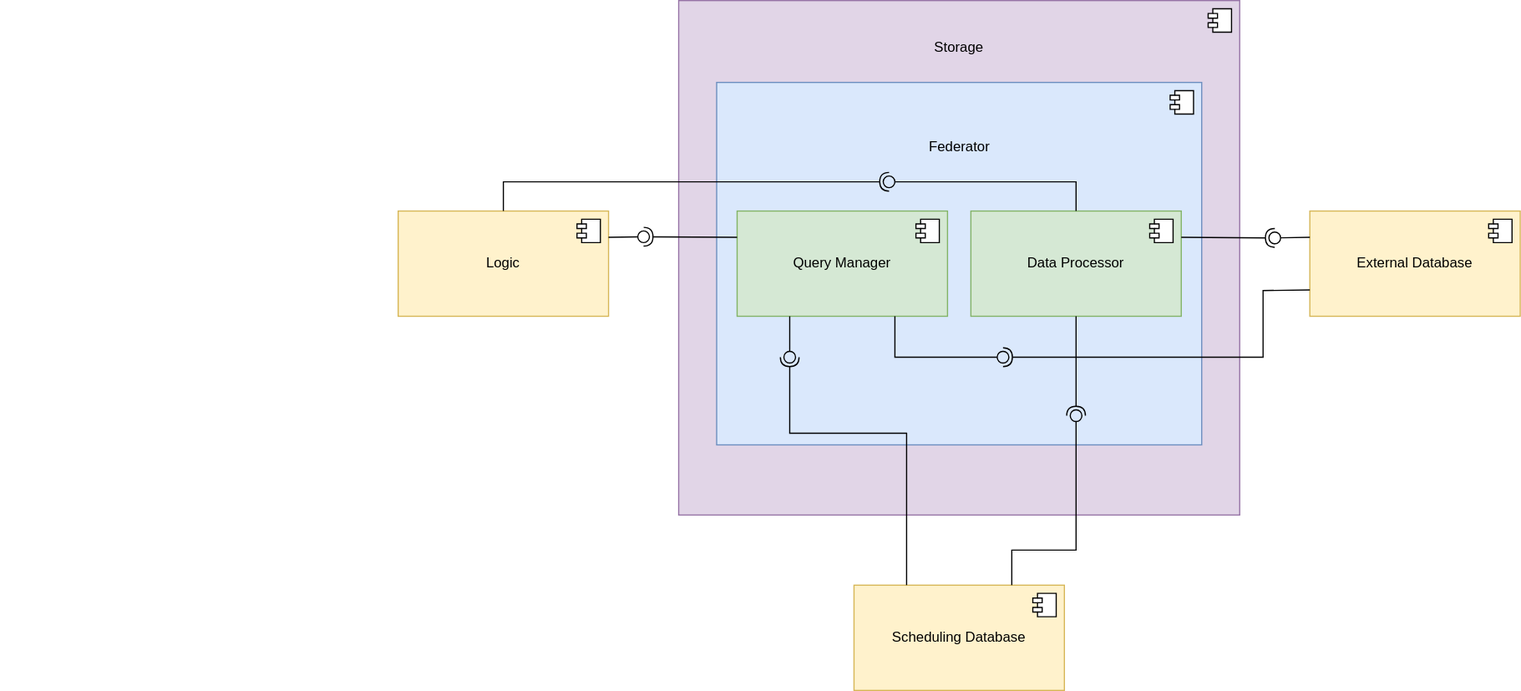
The draw.io diagram Storage/TeamOneFiles/Federator Diagram.svg in MckennahPalmer/CSE430, before a commit. Source tidied: cells renumbered, new cells last; positions are measured from the earlier drawing's top-left corner, leaving out a move shared by most shapes.
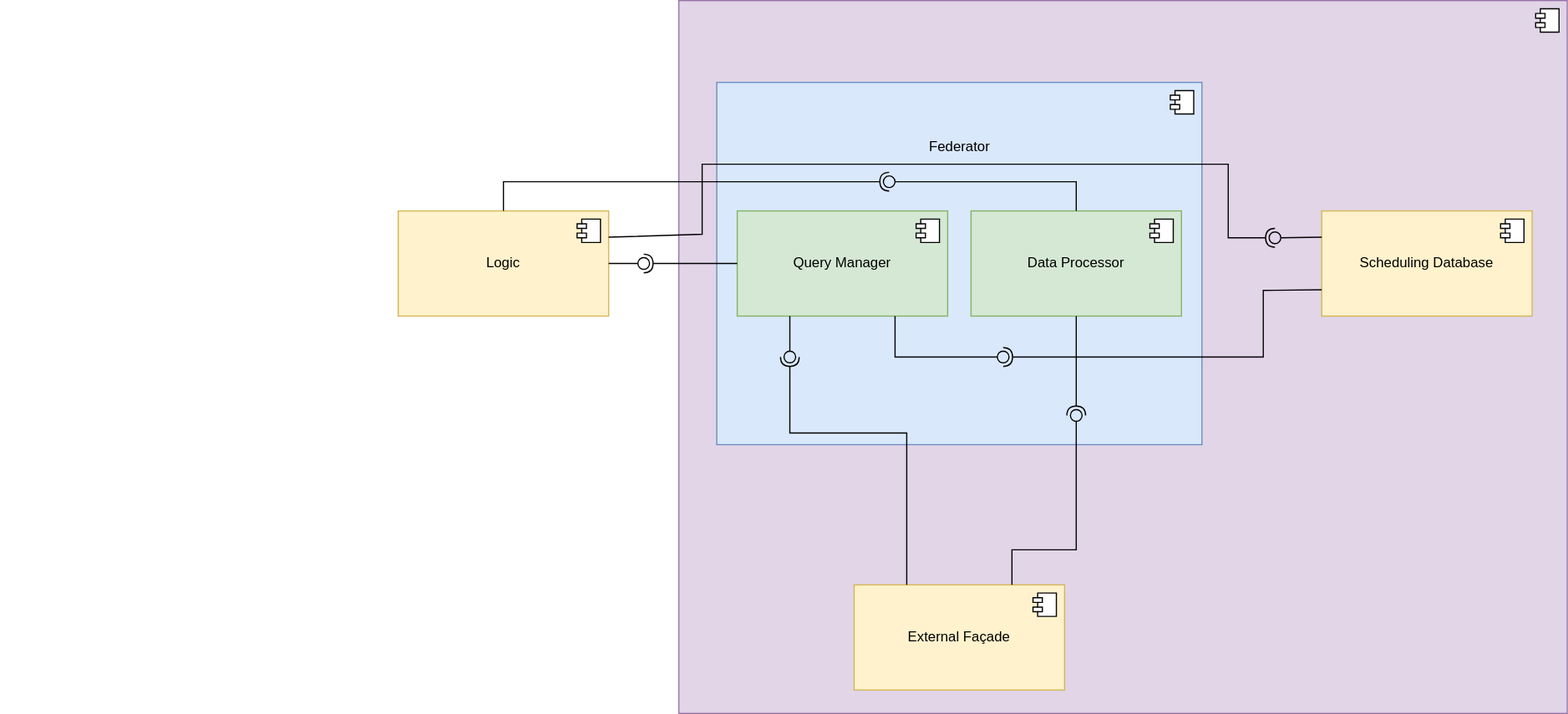
After the commit.

The edit, as a diff of the source:
```diff
@@ -3,7 +3,7 @@
     <mxCell id="0" />
     <mxCell id="1" parent="0" />
     <mxCell id="2" value="Storage&lt;br&gt;&lt;br&gt;&lt;br&gt;&lt;br&gt;&lt;br&gt;&lt;br&gt;&lt;br&gt;&lt;br&gt;&lt;br&gt;&lt;br&gt;&lt;br&gt;&lt;br&gt;&lt;br&gt;&lt;br&gt;&lt;br&gt;&lt;br&gt;&lt;br&gt;&lt;br&gt;&lt;br&gt;&lt;br&gt;&lt;br&gt;&lt;br&gt;&lt;br&gt;&lt;br&gt;&lt;br&gt;&lt;br&gt;" style="html=1;whiteSpace=wrap;fillColor=#e1d5e7;strokeColor=#9673a6;" parent="1" vertex="1">
-      <mxGeometry x="580" width="480" height="440" as="geometry" />
+      <mxGeometry x="580" width="760" height="610" as="geometry" />
     </mxCell>
     <mxCell id="3" style="shape=module;jettyWidth=8;jettyHeight=4;" parent="2" vertex="1">
       <mxGeometry x="1" width="20" height="20" relative="1" as="geometry">
@@ -21,8 +21,8 @@
     <mxCell id="6" style="ellipse;whiteSpace=wrap;html=1;align=center;fillColor=none;strokeColor=none;perimeter=centerPerimeter;" parent="1" vertex="1">
       <mxGeometry y="220" width="10" height="10" as="geometry" />
     </mxCell>
-    <mxCell id="7" value="External Database" style="html=1;whiteSpace=wrap;fillColor=#fff2cc;strokeColor=#d6b656;" parent="1" vertex="1">
-      <mxGeometry x="1120" y="180" width="180" height="90" as="geometry" />
+    <mxCell id="7" value="External&amp;nbsp;Façade&lt;div&gt;&lt;br/&gt;&lt;/div&gt;" style="html=1;whiteSpace=wrap;fillColor=#fff2cc;strokeColor=#d6b656;spacingTop=14;" parent="1" vertex="1">
+      <mxGeometry x="730" y="500" width="180" height="90" as="geometry" />
     </mxCell>
     <mxCell id="8" style="shape=module;jettyWidth=8;jettyHeight=4;" parent="7" vertex="1">
       <mxGeometry x="1" width="20" height="20" relative="1" as="geometry">
@@ -30,7 +30,7 @@
       </mxGeometry>
     </mxCell>
     <mxCell id="9" value="Scheduling Database" style="html=1;whiteSpace=wrap;fillColor=#fff2cc;strokeColor=#d6b656;" parent="1" vertex="1">
-      <mxGeometry x="730" y="500" width="180" height="90" as="geometry" />
+      <mxGeometry x="1130" y="180" width="180" height="90" as="geometry" />
     </mxCell>
     <mxCell id="10" style="shape=module;jettyWidth=8;jettyHeight=4;" parent="9" vertex="1">
       <mxGeometry x="1" width="20" height="20" relative="1" as="geometry">
@@ -70,14 +70,14 @@
         <mxPoint x="-27" y="7" as="offset" />
       </mxGeometry>
     </mxCell>
-    <mxCell id="20" style="rounded=0;jettySize=auto;html=1;endArrow=halfCircle;endFill=0;endSize=6;strokeWidth=1;sketch=0;exitX=0;exitY=0.25;exitDx=0;exitDy=0;" parent="1" edge="1" source="13" target="22">
+    <mxCell id="20" style="rounded=0;jettySize=auto;html=1;endArrow=halfCircle;endFill=0;endSize=6;strokeWidth=1;sketch=0;exitX=0;exitY=0.5;exitDx=0;exitDy=0;" parent="1" edge="1" source="13" target="22">
       <mxGeometry relative="1" as="geometry" />
     </mxCell>
-    <mxCell id="21" style="rounded=0;jettySize=auto;html=1;endArrow=oval;endFill=0;sketch=0;sourcePerimeterSpacing=0;targetPerimeterSpacing=0;endSize=10;exitX=1;exitY=0.25;exitDx=0;exitDy=0;" parent="1" edge="1" source="4" target="22">
+    <mxCell id="21" style="rounded=0;jettySize=auto;html=1;endArrow=oval;endFill=0;sketch=0;sourcePerimeterSpacing=0;targetPerimeterSpacing=0;endSize=10;exitX=1;exitY=0.5;exitDx=0;exitDy=0;" parent="1" edge="1" source="4" target="22">
       <mxGeometry relative="1" as="geometry" />
     </mxCell>
     <mxCell id="22" style="ellipse;whiteSpace=wrap;html=1;align=center;fillColor=none;strokeColor=none;perimeter=centerPerimeter;points=[];outlineConnect=1;" parent="1" vertex="1">
-      <mxGeometry x="545" y="197" width="10" height="10" as="geometry" />
+      <mxGeometry x="545" y="220" width="10" height="10" as="geometry" />
     </mxCell>
     <mxCell id="23" style="rounded=0;jettySize=auto;html=1;endArrow=halfCircle;endFill=0;endSize=6;strokeWidth=1;sketch=0;exitX=0.5;exitY=0;exitDx=0;exitDy=0;" parent="1" edge="1" source="4" target="25">
       <mxGeometry relative="1" as="geometry">
@@ -96,7 +96,7 @@
     <mxCell id="25" style="ellipse;whiteSpace=wrap;html=1;align=center;fillColor=none;strokeColor=none;perimeter=centerPerimeter;points=[];outlineConnect=1;" parent="1" vertex="1">
       <mxGeometry x="755" y="150" width="10" height="10" as="geometry" />
     </mxCell>
-    <mxCell id="26" style="rounded=0;jettySize=auto;html=1;endArrow=halfCircle;endFill=0;endSize=6;strokeWidth=1;sketch=0;exitX=0.25;exitY=0;exitDx=0;exitDy=0;" parent="1" edge="1" source="9" target="28">
+    <mxCell id="26" style="rounded=0;jettySize=auto;html=1;endArrow=halfCircle;endFill=0;endSize=6;strokeWidth=1;sketch=0;exitX=0.25;exitY=0;exitDx=0;exitDy=0;" parent="1" edge="1" source="7" target="28">
       <mxGeometry relative="1" as="geometry">
         <Array as="points">
           <mxPoint x="775" y="370" />
@@ -110,7 +110,7 @@
     <mxCell id="28" style="ellipse;whiteSpace=wrap;html=1;align=center;fillColor=none;strokeColor=none;perimeter=centerPerimeter;points=[];outlineConnect=1;" parent="1" vertex="1">
       <mxGeometry x="670" y="300" width="10" height="10" as="geometry" />
     </mxCell>
-    <mxCell id="29" style="rounded=0;jettySize=auto;html=1;endArrow=halfCircle;endFill=0;endSize=6;strokeWidth=1;sketch=0;exitX=0;exitY=0.75;exitDx=0;exitDy=0;" parent="1" edge="1" source="7" target="31">
+    <mxCell id="29" style="rounded=0;jettySize=auto;html=1;endArrow=halfCircle;endFill=0;endSize=6;strokeWidth=1;sketch=0;exitX=0;exitY=0.75;exitDx=0;exitDy=0;" parent="1" edge="1" source="9" target="31">
       <mxGeometry relative="1" as="geometry">
         <Array as="points">
           <mxPoint x="1080" y="248" />
@@ -128,10 +128,18 @@
     <mxCell id="31" style="ellipse;whiteSpace=wrap;html=1;align=center;fillColor=none;strokeColor=none;perimeter=centerPerimeter;points=[];outlineConnect=1;" parent="1" vertex="1">
       <mxGeometry x="852.5" y="300" width="10" height="10" as="geometry" />
     </mxCell>
-    <mxCell id="32" style="rounded=0;jettySize=auto;html=1;endArrow=halfCircle;endFill=0;endSize=6;strokeWidth=1;sketch=0;exitX=1;exitY=0.25;exitDx=0;exitDy=0;" parent="1" edge="1" source="18" target="34">
-      <mxGeometry relative="1" as="geometry" />
+    <mxCell id="32" style="rounded=0;jettySize=auto;html=1;endArrow=halfCircle;endFill=0;endSize=6;strokeWidth=1;sketch=0;exitX=1;exitY=0.25;exitDx=0;exitDy=0;" parent="1" edge="1" source="4" target="34">
+      <mxGeometry relative="1" as="geometry">
+        <Array as="points">
+          <mxPoint x="600" y="200" />
+          <mxPoint x="600" y="140" />
+          <mxPoint x="1010" y="140" />
+          <mxPoint x="1050" y="140" />
+          <mxPoint x="1050" y="203" />
+        </Array>
+      </mxGeometry>
     </mxCell>
-    <mxCell id="33" style="rounded=0;jettySize=auto;html=1;endArrow=oval;endFill=0;sketch=0;sourcePerimeterSpacing=0;targetPerimeterSpacing=0;endSize=10;exitX=0;exitY=0.25;exitDx=0;exitDy=0;" parent="1" edge="1" source="7" target="34">
+    <mxCell id="33" style="rounded=0;jettySize=auto;html=1;endArrow=oval;endFill=0;sketch=0;sourcePerimeterSpacing=0;targetPerimeterSpacing=0;endSize=10;exitX=0;exitY=0.25;exitDx=0;exitDy=0;" parent="1" edge="1" source="9" target="34">
       <mxGeometry relative="1" as="geometry" />
     </mxCell>
     <mxCell id="34" style="ellipse;whiteSpace=wrap;html=1;align=center;fillColor=none;strokeColor=none;perimeter=centerPerimeter;points=[];outlineConnect=1;" parent="1" vertex="1">
@@ -140,7 +148,7 @@
     <mxCell id="35" style="rounded=0;jettySize=auto;html=1;endArrow=halfCircle;endFill=0;endSize=6;strokeWidth=1;sketch=0;exitX=0.5;exitY=1;exitDx=0;exitDy=0;" parent="1" edge="1" source="18" target="37">
       <mxGeometry relative="1" as="geometry" />
     </mxCell>
-    <mxCell id="36" style="rounded=0;jettySize=auto;html=1;endArrow=oval;endFill=0;sketch=0;sourcePerimeterSpacing=0;targetPerimeterSpacing=0;endSize=10;exitX=0.75;exitY=0;exitDx=0;exitDy=0;" parent="1" edge="1" source="9" target="37">
+    <mxCell id="36" style="rounded=0;jettySize=auto;html=1;endArrow=oval;endFill=0;sketch=0;sourcePerimeterSpacing=0;targetPerimeterSpacing=0;endSize=10;exitX=0.75;exitY=0;exitDx=0;exitDy=0;" parent="1" edge="1" source="7" target="37">
       <mxGeometry relative="1" as="geometry">
         <Array as="points">
           <mxPoint x="865" y="470" />
```
